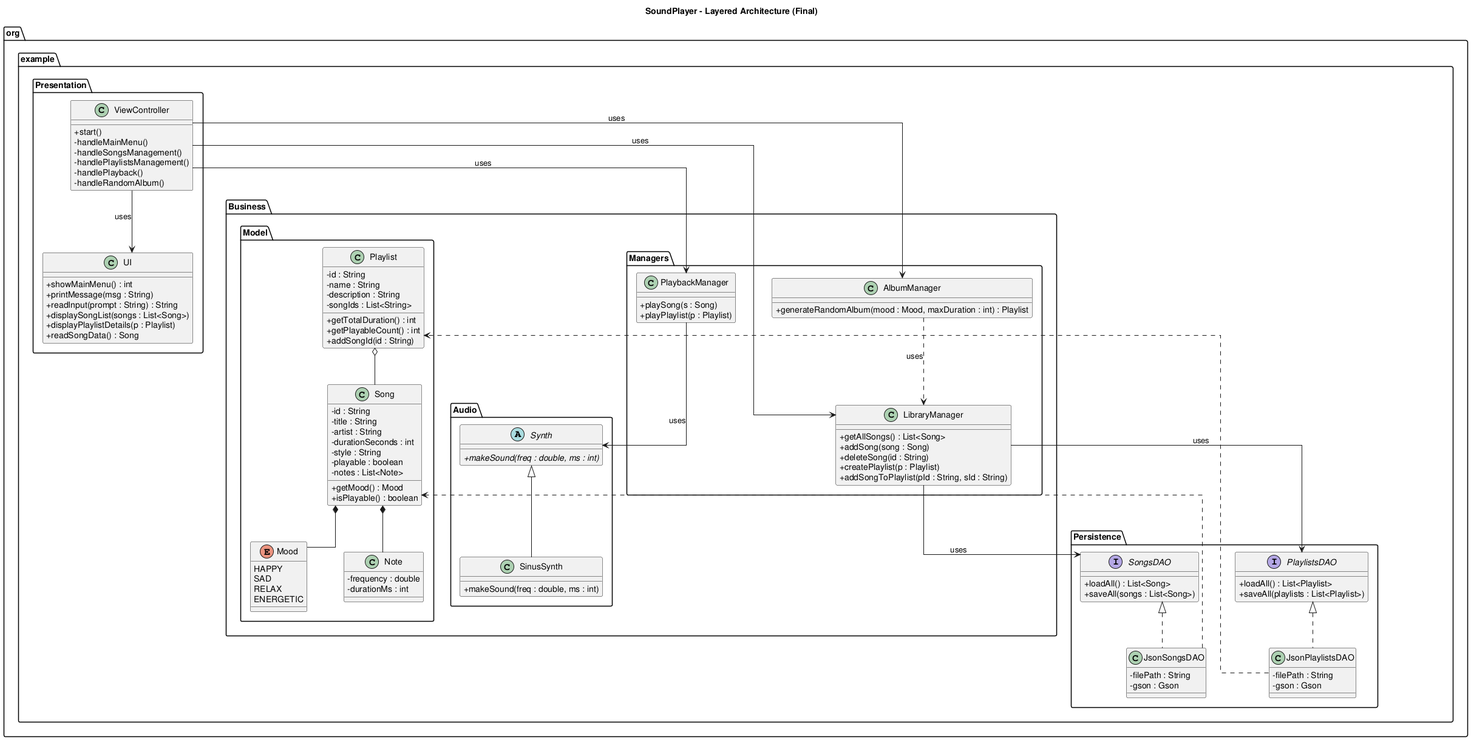
Before: UML-Diagram.png, a diagram exported from PlantUML (aleix-batchelli/SoundPlayer). Source of this version:
```plantuml
@startuml

skinparam linetype ortho
skinparam nodesep 60
skinparam ranksep 60
skinparam classAttributeIconSize 0

title SoundPlayer - Layered Architecture (Final)

package "org.example.Presentation" {
    class ViewController {
        + start()
        - handleMainMenu()
        - handleSongsManagement()
        - handlePlaylistsManagement()
        - handlePlayback()
        - handleRandomAlbum()
    }

    class UI {
        + showMainMenu() : int
        + printMessage(msg : String)
        + readInput(prompt : String) : String
        + displaySongList(songs : List<Song>)
        + displayPlaylistDetails(p : Playlist)
        + readSongData() : Song
    }
}

package "org.example.Business" {

    package "Model" {
        enum Mood {
            HAPPY
            SAD
            RELAX
            ENERGETIC
        }

        class Song {
            - id : String
            - title : String
            - artist : String
            - durationSeconds : int
            - style : String
            - playable : boolean
            - notes : List<Note>
            + getMood() : Mood
            + isPlayable() : boolean
        }

        class Note {
            - frequency : double
            - durationMs : int
        }

        class Playlist {
            - id : String
            - name : String
            - description : String
            - songIds : List<String>
            + getTotalDuration() : int
            + getPlayableCount() : int
            + addSongId(id : String)
        }
    }

    package "Managers" {
        class LibraryManager {
            + getAllSongs() : List<Song>
            + addSong(song : Song)
            + deleteSong(id : String)
            + createPlaylist(p : Playlist)
            + addSongToPlaylist(pId : String, sId : String)
        }

        class AlbumManager {
            + generateRandomAlbum(mood : Mood, maxDuration : int) : Playlist
        }

        class PlaybackManager {
            + playSong(s : Song)
            + playPlaylist(p : Playlist)
        }
    }

    package "Audio" {
        abstract class Synth {
            + {abstract} makeSound(freq : double, ms : int)
        }

        class SinusSynth {
            + makeSound(freq : double, ms : int)
        }
    }
}

package "org.example.Persistence" {
    interface SongsDAO {
        + loadAll() : List<Song>
        + saveAll(songs : List<Song>)
    }

    interface PlaylistsDAO {
        + loadAll() : List<Playlist>
        + saveAll(playlists : List<Playlist>)
    }

    class JsonSongsDAO {
        - filePath : String
        - gson : Gson
    }

    class JsonPlaylistsDAO {
        - filePath : String
        - gson : Gson
    }
}


Synth <|-- SinusSynth
SongsDAO <|.. JsonSongsDAO
PlaylistsDAO <|.. JsonPlaylistsDAO

ViewController --> UI : uses
ViewController --> LibraryManager : uses
ViewController --> PlaybackManager : uses
ViewController --> AlbumManager : uses

LibraryManager --> SongsDAO : uses
LibraryManager --> PlaylistsDAO : uses
AlbumManager ..> LibraryManager : uses
PlaybackManager --> Synth : uses

Song *-- Mood
Song *-- Note
Playlist o-- Song

JsonSongsDAO ..> Song
JsonPlaylistsDAO ..> Playlist

@enduml
```
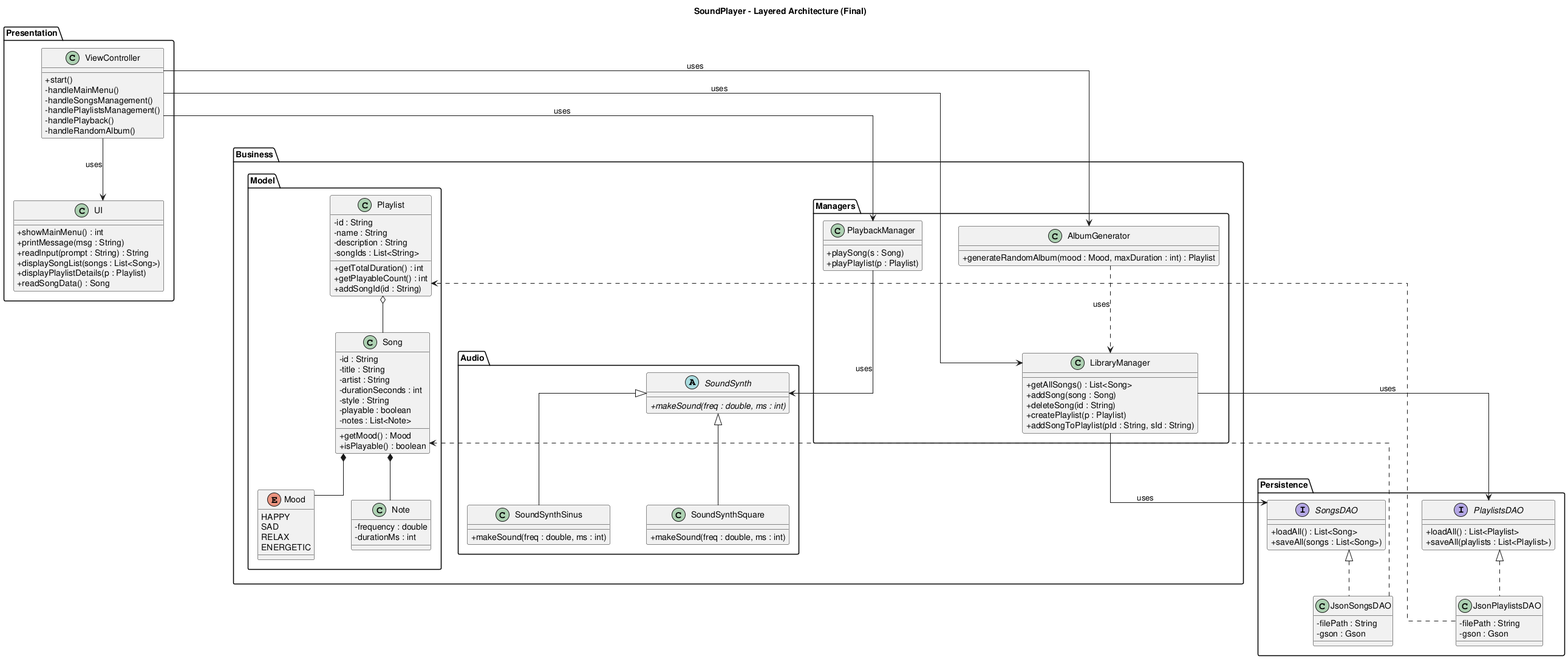
After the change.

Change to the diagram source:
```diff
@@ -7,7 +7,7 @@
 
 title SoundPlayer - Layered Architecture (Final)
 
-package "org.example.Presentation" {
+package "Presentation" {
     class ViewController {
         + start()
         - handleMainMenu()
@@ -27,7 +27,7 @@
     }
 }
 
-package "org.example.Business" {
+package "Business" {
 
     package "Model" {
         enum Mood {
@@ -74,7 +74,7 @@
             + addSongToPlaylist(pId : String, sId : String)
         }
 
-        class AlbumManager {
+        class AlbumGenerator {
             + generateRandomAlbum(mood : Mood, maxDuration : int) : Playlist
         }
 
@@ -85,17 +85,21 @@
     }
 
     package "Audio" {
-        abstract class Synth {
+        abstract class SoundSynth {
             + {abstract} makeSound(freq : double, ms : int)
         }
 
-        class SinusSynth {
+        class SoundSynthSinus {
+            + makeSound(freq : double, ms : int)
+        }
+
+        class SoundSynthSquare {
             + makeSound(freq : double, ms : int)
         }
     }
 }
 
-package "org.example.Persistence" {
+package "Persistence" {
     interface SongsDAO {
         + loadAll() : List<Song>
         + saveAll(songs : List<Song>)
@@ -118,19 +122,20 @@
 }
 
 
-Synth <|-- SinusSynth
+SoundSynth <|-- SoundSynthSinus
+SoundSynth <|-- SoundSynthSquare
 SongsDAO <|.. JsonSongsDAO
 PlaylistsDAO <|.. JsonPlaylistsDAO
 
 ViewController --> UI : uses
 ViewController --> LibraryManager : uses
 ViewController --> PlaybackManager : uses
-ViewController --> AlbumManager : uses
+ViewController --> AlbumGenerator : uses
 
 LibraryManager --> SongsDAO : uses
 LibraryManager --> PlaylistsDAO : uses
-AlbumManager ..> LibraryManager : uses
-PlaybackManager --> Synth : uses
+AlbumGenerator ..> LibraryManager : uses
+PlaybackManager --> SoundSynth : uses
 
 Song *-- Mood
 Song *-- Note
```
